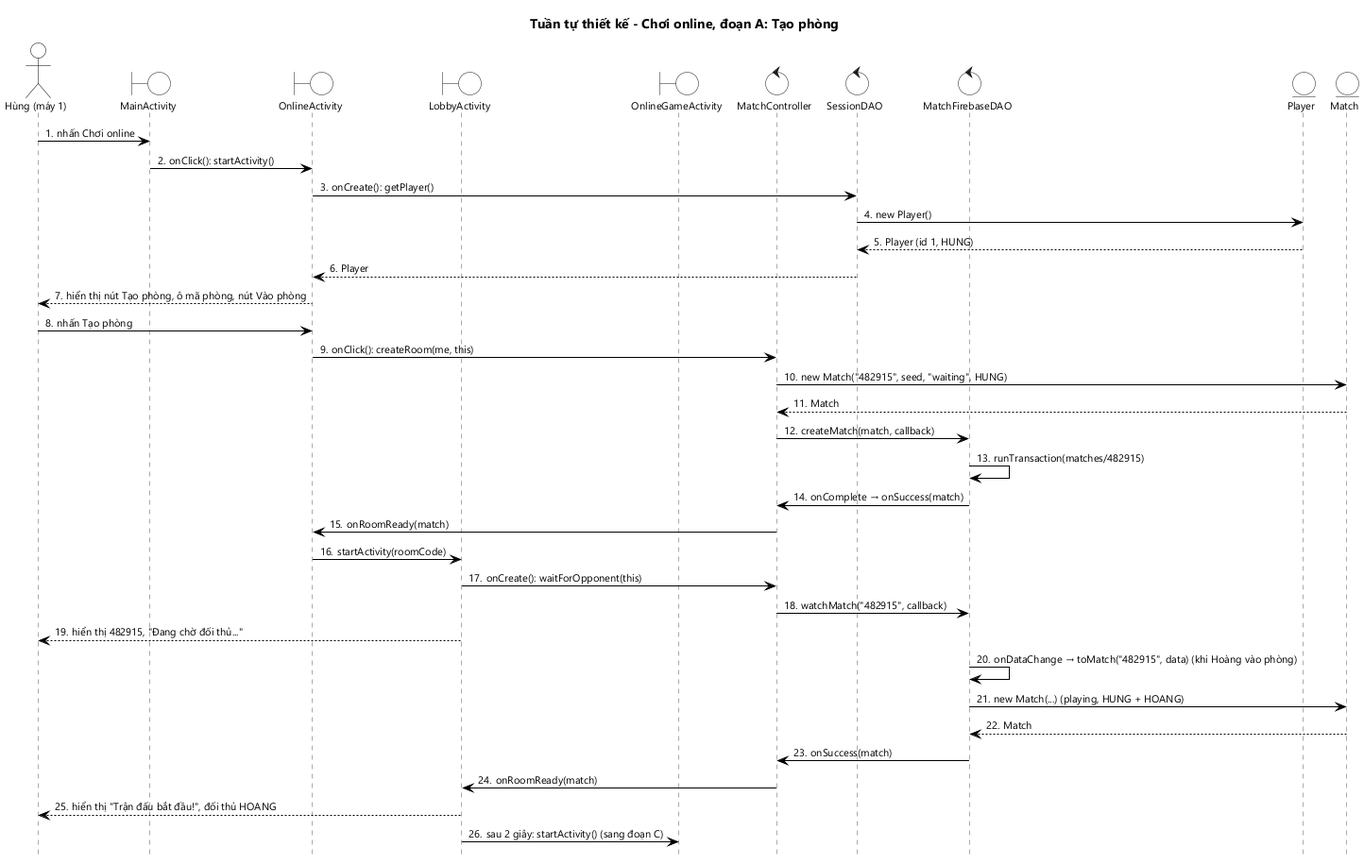
Earlier version of the PlantUML export docs/hung/tuan-tu-thiet-ke-uc05a.png (HungNguyenBa1811/math-dash).
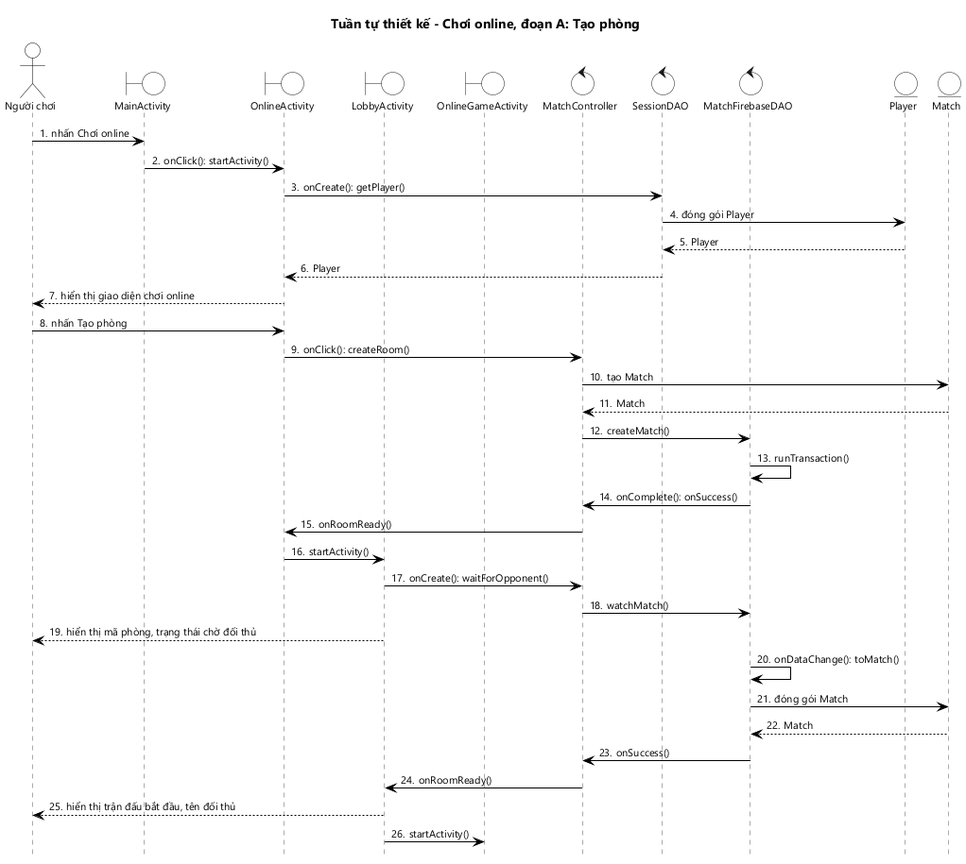
After the change.

Change to the diagram source:
```diff
@@ -2,7 +2,7 @@
 !include _seq.iuml
 title Tuần tự thiết kế - Chơi online, đoạn A: Tạo phòng
 
-actor "Hùng (máy 1)" as U
+actor "Người chơi" as U
 boundary MainActivity as MA
 boundary OnlineActivity as OA
 boundary LobbyActivity as LA
@@ -16,27 +16,27 @@
 U -> MA : nhấn Chơi online
 MA -> OA : onClick(): startActivity()
 OA -> SD : onCreate(): getPlayer()
-SD -> P : new Player()
-P --> SD : Player (id 1, HUNG)
+SD -> P : đóng gói Player
+P --> SD : Player
 SD --> OA : Player
-OA --> U : hiển thị nút Tạo phòng, ô mã phòng, nút Vào phòng
+OA --> U : hiển thị giao diện chơi online
 U -> OA : nhấn Tạo phòng
-OA -> MC : onClick(): createRoom(me, this)
-MC -> M : new Match("482915", seed, "waiting", HUNG)
+OA -> MC : onClick(): createRoom()
+MC -> M : tạo Match
 M --> MC : Match
-MC -> MFD : createMatch(match, callback)
-MFD -> MFD : runTransaction(matches/482915)
-MFD -> MC : onComplete → onSuccess(match)
-MC -> OA : onRoomReady(match)
-OA -> LA : startActivity(roomCode)
-LA -> MC : onCreate(): waitForOpponent(this)
-MC -> MFD : watchMatch("482915", callback)
-LA --> U : hiển thị 482915, "Đang chờ đối thủ..."
-MFD -> MFD : onDataChange → toMatch("482915", data) (khi Hoàng vào phòng)
-MFD -> M : new Match(...) (playing, HUNG + HOANG)
+MC -> MFD : createMatch()
+MFD -> MFD : runTransaction()
+MFD -> MC : onComplete(): onSuccess()
+MC -> OA : onRoomReady()
+OA -> LA : startActivity()
+LA -> MC : onCreate(): waitForOpponent()
+MC -> MFD : watchMatch()
+LA --> U : hiển thị mã phòng, trạng thái chờ đối thủ
+MFD -> MFD : onDataChange(): toMatch()
+MFD -> M : đóng gói Match
 M --> MFD : Match
-MFD -> MC : onSuccess(match)
-MC -> LA : onRoomReady(match)
-LA --> U : hiển thị "Trận đấu bắt đầu!", đối thủ HOANG
-LA -> GA : sau 2 giây: startActivity() (sang đoạn C)
+MFD -> MC : onSuccess()
+MC -> LA : onRoomReady()
+LA --> U : hiển thị trận đấu bắt đầu, tên đối thủ
+LA -> GA : startActivity()
 @enduml
```
